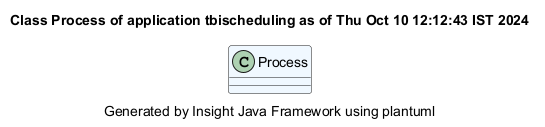
Before: demonstrator/tbischeduling/site/plantuml/Process.png, a diagram exported from PlantUML (hsimonis/schedulingtraining).
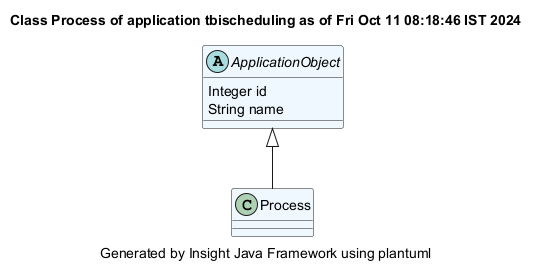
Later version of the same file.

Diff of the diagram source:
```diff
@@ -1,6 +1,11 @@
 @startuml
-title Class Process of application tbischeduling as of Thu Oct 10 12:12:43 IST 2024
+title Class Process of application tbischeduling as of Fri Oct 11 08:18:46 IST 2024
 caption Generated by Insight Java Framework using plantuml
 class Process #aliceblue
 
+abstract ApplicationObject #aliceblue
+ApplicationObject : Integer id
+ApplicationObject : String name
+
+ApplicationObject <|-- Process
 @enduml
```
